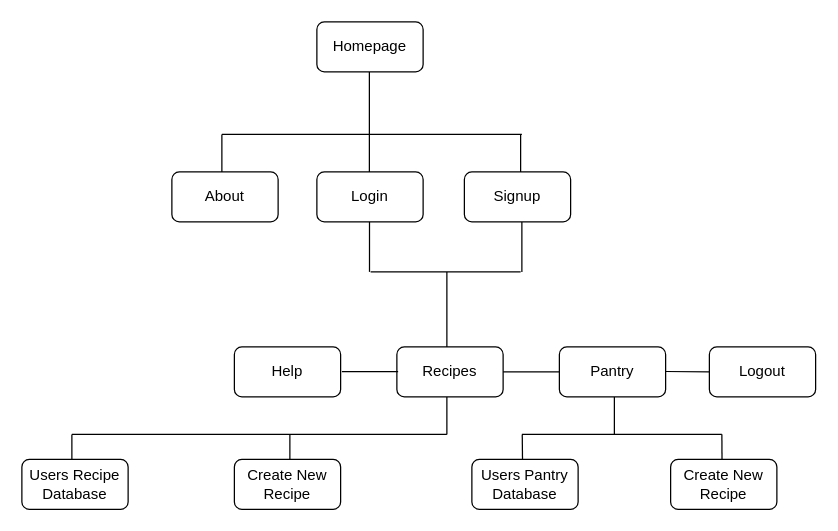
Before: page "Navigation" (1 of 2) of planning/foodcostly.drawio in christoller/zest, a draw.io diagram. Source tidied: cells renumbered, new cells numbered last; positions are measured from the earlier drawing's top-left corner, leaving out a move shared by most shapes. Both pictures are drawn from the tidied source at 125%, with x=0, y=0 at pixel (21, 21).
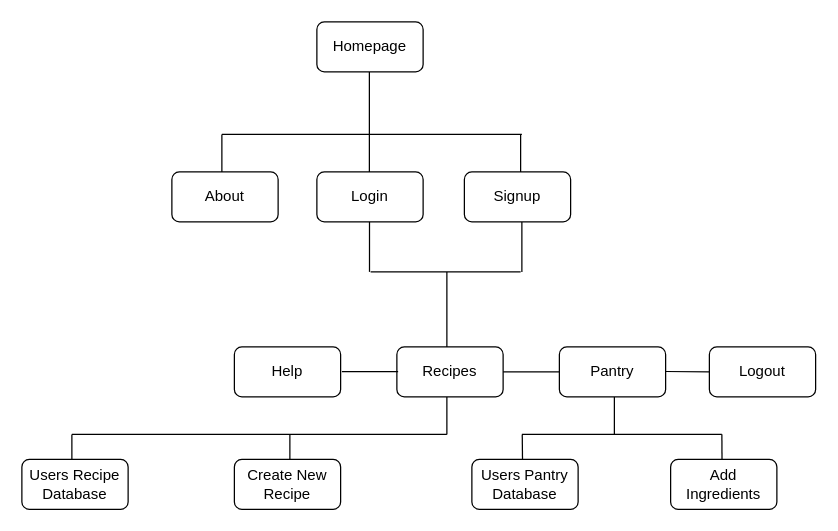
The same diagram, later.

Diff of the diagram source:
```diff
@@
-    <mxCell id="30" value="Create New Recipe" style="rounded=1;whiteSpace=wrap;html=1;" parent="1" vertex="1">
+    <mxCell id="30" value="Add Ingredients" style="rounded=1;whiteSpace=wrap;html=1;" parent="1" vertex="1">
       <mxGeometry x="519" y="350" width="85" height="40" as="geometry" />
     </mxCell>
```
